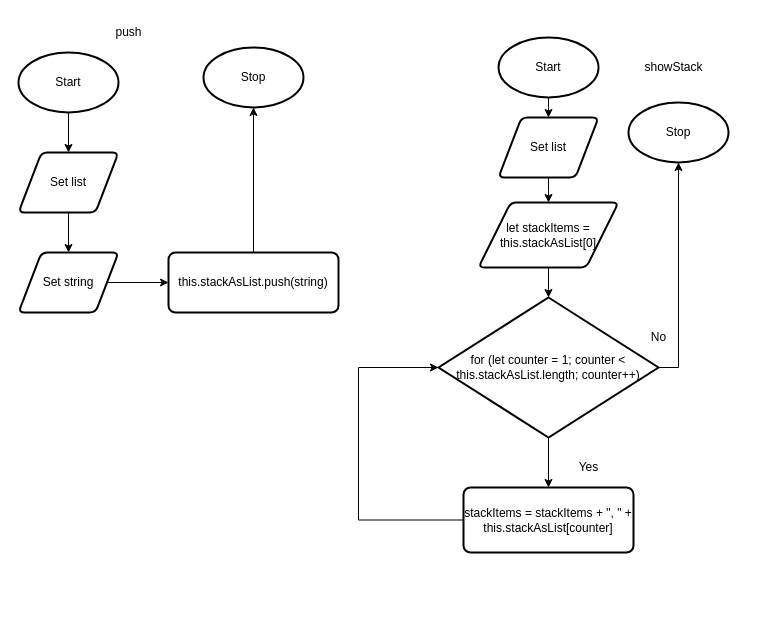
The draw.io diagram Unit2-01/design/flowchart.drawio in Kenny-Le-281/ICS4U-Unit2-Kenny-Le, before the edit. Source tidied: cells renumbered, new cells numbered last; positions are measured from the earlier drawing's top-left corner, leaving out a move shared by most shapes. Both pictures are drawn from the tidied source at 100%, with x=0, y=0 at pixel (18, 17).
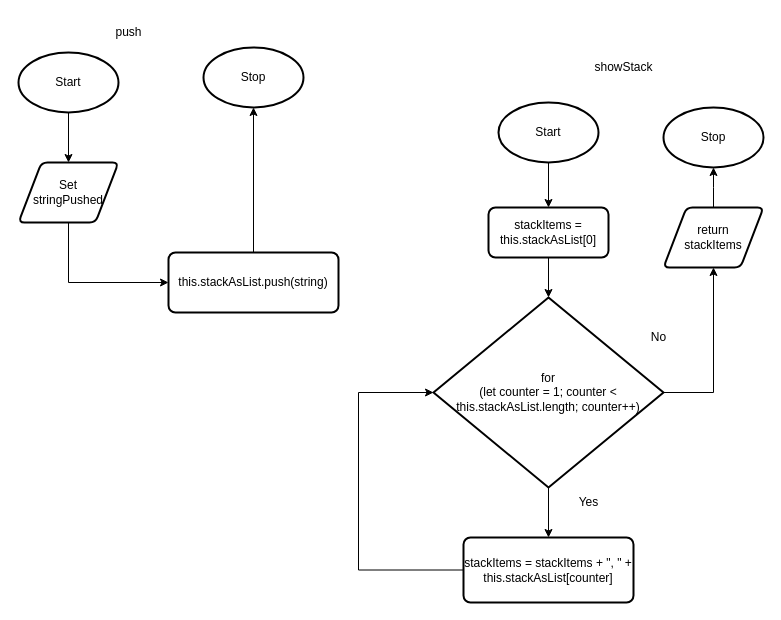
After the change.

The change refers to these unchanged cells:
```xml
<mxCell id="3" value="Start" style="strokeWidth=2;html=1;shape=mxgraph.flowchart.start_1;whiteSpace=wrap;" parent="1" vertex="1">
  <mxGeometry y="35" width="100" height="60" as="geometry" />
</mxCell>
<mxCell id="8" value="&lt;font style=&quot;font-size: 12px;&quot;&gt;this.stackAsList.push(string)&lt;/font&gt;" style="rounded=1;whiteSpace=wrap;html=1;absoluteArcSize=1;arcSize=14;strokeWidth=2;fontSize=9;" parent="1" vertex="1">
  <mxGeometry x="150" y="235" width="170" height="60" as="geometry" />
</mxCell>
```

Change to the diagram source:
```diff
@@
-    <mxCell id="2" style="edgeStyle=none;html=1;entryX=0.5;entryY=0;entryDx=0;entryDy=0;" parent="1" edge="1" source="3">
-      <mxGeometry relative="1" as="geometry">
-        <mxPoint x="50" y="135" as="targetPoint" />
-      </mxGeometry>
-    </mxCell>
+    <mxCell id="27" style="edgeStyle=none;html=1;entryX=0.5;entryY=0;entryDx=0;entryDy=0;" parent="1" edge="1" source="3" target="11">
+      <mxGeometry relative="1" as="geometry" />
+    </mxCell>
@@
-    <mxCell id="5" style="edgeStyle=none;html=1;entryX=0.5;entryY=0;entryDx=0;entryDy=0;fontSize=12;" parent="1" edge="1">
-      <mxGeometry relative="1" as="geometry">
-        <mxPoint x="50" y="195" as="sourcePoint" />
-        <mxPoint x="50" y="235" as="targetPoint" />
-      </mxGeometry>
-    </mxCell>
-    <mxCell id="6" value="Set list" style="shape=parallelogram;html=1;strokeWidth=2;perimeter=parallelogramPerimeter;whiteSpace=wrap;rounded=1;arcSize=12;size=0.23;" parent="1" vertex="1">
-      <mxGeometry y="135" width="100" height="60" as="geometry" />
-    </mxCell>
@@
     <mxCell id="10" style="edgeStyle=none;rounded=0;html=1;" parent="1" edge="1" source="11" target="8">
-      <mxGeometry relative="1" as="geometry" />
+      <mxGeometry relative="1" as="geometry">
+        <Array as="points">
+          <mxPoint x="50" y="265" />
+        </Array>
+      </mxGeometry>
     </mxCell>
-    <mxCell id="11" value="Set string" style="shape=parallelogram;html=1;strokeWidth=2;perimeter=parallelogramPerimeter;whiteSpace=wrap;rounded=1;arcSize=12;size=0.23;" parent="1" vertex="1">
-      <mxGeometry y="235" width="100" height="60" as="geometry" />
+    <mxCell id="11" value="Set &lt;br&gt;stringPushed" style="shape=parallelogram;html=1;strokeWidth=2;perimeter=parallelogramPerimeter;whiteSpace=wrap;rounded=1;arcSize=12;size=0.23;" parent="1" vertex="1">
+      <mxGeometry y="145" width="100" height="60" as="geometry" />
     </mxCell>
-    <mxCell id="12" style="edgeStyle=elbowEdgeStyle;rounded=0;elbow=vertical;html=1;entryX=0.5;entryY=0;entryDx=0;entryDy=0;fontSize=12;" parent="1" edge="1" source="13" target="26">
-      <mxGeometry relative="1" as="geometry" />
-    </mxCell>
+    <mxCell id="28" style="edgeStyle=none;html=1;entryX=0.5;entryY=0;entryDx=0;entryDy=0;" parent="1" edge="1" source="13" target="30">
+      <mxGeometry relative="1" as="geometry" />
+    </mxCell>
     <mxCell id="13" value="Start" style="strokeWidth=2;html=1;shape=mxgraph.flowchart.start_1;whiteSpace=wrap;" parent="1" vertex="1">
-      <mxGeometry x="480" y="20" width="100" height="60" as="geometry" />
+      <mxGeometry x="480" y="85" width="100" height="60" as="geometry" />
     </mxCell>
     <mxCell id="14" value="Stop" style="strokeWidth=2;html=1;shape=mxgraph.flowchart.start_1;whiteSpace=wrap;" parent="1" vertex="1">
-      <mxGeometry x="610" y="85" width="100" height="60" as="geometry" />
+      <mxGeometry x="645" y="90" width="100" height="60" as="geometry" />
     </mxCell>
-    <mxCell id="15" style="edgeStyle=none;html=1;entryX=0.5;entryY=0;entryDx=0;entryDy=0;fontSize=12;entryPerimeter=0;" parent="1" edge="1" target="20">
-      <mxGeometry relative="1" as="geometry">
-        <mxPoint x="530" y="245" as="sourcePoint" />
-      </mxGeometry>
+    <mxCell id="15" style="edgeStyle=none;html=1;entryX=0.5;entryY=0;entryDx=0;entryDy=0;fontSize=12;entryPerimeter=0;" parent="1" edge="1" source="30" target="20">
+      <mxGeometry relative="1" as="geometry" />
     </mxCell>
-    <mxCell id="16" value="let stackItems = this.stackAsList[0]" style="shape=parallelogram;html=1;strokeWidth=2;perimeter=parallelogramPerimeter;whiteSpace=wrap;rounded=1;arcSize=12;size=0.23;" parent="1" vertex="1">
-      <mxGeometry x="460" y="185" width="140" height="65" as="geometry" />
-    </mxCell>
     <mxCell id="17" value="showStack" style="text;html=1;align=center;verticalAlign=middle;strokeColor=none;fillColor=none;" parent="1" vertex="1">
-      <mxGeometry x="615" y="35" width="80" height="30" as="geometry" />
+      <mxGeometry x="565" y="35" width="80" height="30" as="geometry" />
     </mxCell>
@@
-    <mxCell id="19" style="edgeStyle=elbowEdgeStyle;html=1;entryX=0.5;entryY=1;entryDx=0;entryDy=0;entryPerimeter=0;fontSize=12;elbow=vertical;rounded=0;" parent="1" edge="1" source="20" target="14">
-      <mxGeometry relative="1" as="geometry">
-        <Array as="points">
-          <mxPoint x="650" y="350" />
-        </Array>
-      </mxGeometry>
-    </mxCell>
+    <mxCell id="29" style="edgeStyle=elbowEdgeStyle;html=1;entryX=0.5;entryY=1;entryDx=0;entryDy=0;elbow=vertical;exitX=1;exitY=0.5;exitDx=0;exitDy=0;exitPerimeter=0;rounded=0;" parent="1" edge="1" source="20" target="32">
+      <mxGeometry relative="1" as="geometry">
+        <Array as="points">
+          <mxPoint x="695" y="375" />
+        </Array>
+      </mxGeometry>
+    </mxCell>
-    <mxCell id="20" value="&lt;font style=&quot;font-size: 12px;&quot;&gt;for (let counter = 1; counter &amp;lt; this.stackAsList.length; counter++)&lt;/font&gt;" style="strokeWidth=2;html=1;shape=mxgraph.flowchart.decision;whiteSpace=wrap;fontSize=6;" parent="1" vertex="1">
-      <mxGeometry x="420" y="280" width="220" height="140" as="geometry" />
+    <mxCell id="20" value="&lt;font style=&quot;font-size: 12px;&quot;&gt;for &lt;br&gt;(let counter = 1; counter &amp;lt; this.stackAsList.length; counter++)&lt;/font&gt;" style="strokeWidth=2;html=1;shape=mxgraph.flowchart.decision;whiteSpace=wrap;fontSize=6;" parent="1" vertex="1">
+      <mxGeometry x="415" y="280" width="230" height="190" as="geometry" />
     </mxCell>
@@
     <mxCell id="22" value="stackItems = stackItems + &quot;, &quot; + this.stackAsList[counter]" style="rounded=1;whiteSpace=wrap;html=1;absoluteArcSize=1;arcSize=14;strokeWidth=2;fontSize=12;" parent="1" vertex="1">
-      <mxGeometry x="445" y="470" width="170" height="65" as="geometry" />
+      <mxGeometry x="445" y="520" width="170" height="65" as="geometry" />
     </mxCell>
     <mxCell id="23" value="Yes" style="text;html=1;align=center;verticalAlign=middle;strokeColor=none;fillColor=none;fontSize=12;" parent="1" vertex="1">
-      <mxGeometry x="550" y="435" width="40" height="30" as="geometry" />
+      <mxGeometry x="550" y="470" width="40" height="30" as="geometry" />
     </mxCell>
@@
-    <mxCell id="25" style="edgeStyle=elbowEdgeStyle;rounded=0;elbow=vertical;html=1;fontSize=12;" parent="1" edge="1" source="26" target="16">
-      <mxGeometry relative="1" as="geometry" />
-    </mxCell>
-    <mxCell id="26" value="Set list" style="shape=parallelogram;html=1;strokeWidth=2;perimeter=parallelogramPerimeter;whiteSpace=wrap;rounded=1;arcSize=12;size=0.23;" parent="1" vertex="1">
-      <mxGeometry x="480" y="100" width="100" height="60" as="geometry" />
-    </mxCell>
+    <mxCell id="30" value="stackItems = this.stackAsList[0]" style="rounded=1;whiteSpace=wrap;html=1;absoluteArcSize=1;arcSize=14;strokeWidth=2;" parent="1" vertex="1">
+      <mxGeometry x="470" y="190" width="120" height="50" as="geometry" />
+    </mxCell>
+    <mxCell id="31" style="edgeStyle=elbowEdgeStyle;rounded=0;elbow=vertical;html=1;entryX=0.5;entryY=1;entryDx=0;entryDy=0;entryPerimeter=0;" parent="1" edge="1" source="32" target="14">
+      <mxGeometry relative="1" as="geometry" />
+    </mxCell>
+    <mxCell id="32" value="return &lt;br&gt;stackItems" style="shape=parallelogram;html=1;strokeWidth=2;perimeter=parallelogramPerimeter;whiteSpace=wrap;rounded=1;arcSize=12;size=0.23;" parent="1" vertex="1">
+      <mxGeometry x="645" y="190" width="100" height="60" as="geometry" />
+    </mxCell>
```
